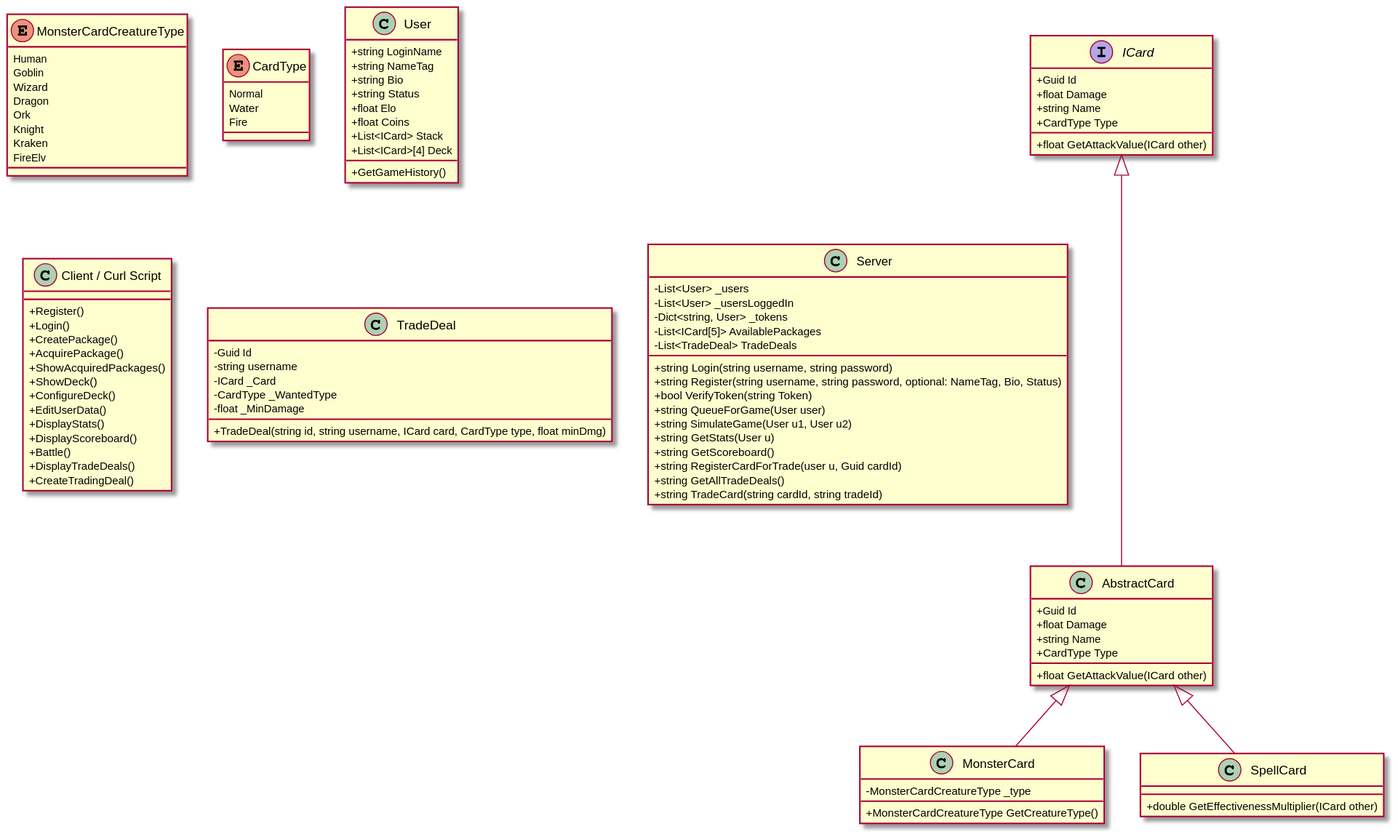
This is class_diagram.svg from cellularegg/swe-mtcg, a PlantUML export, as it was before one commit.
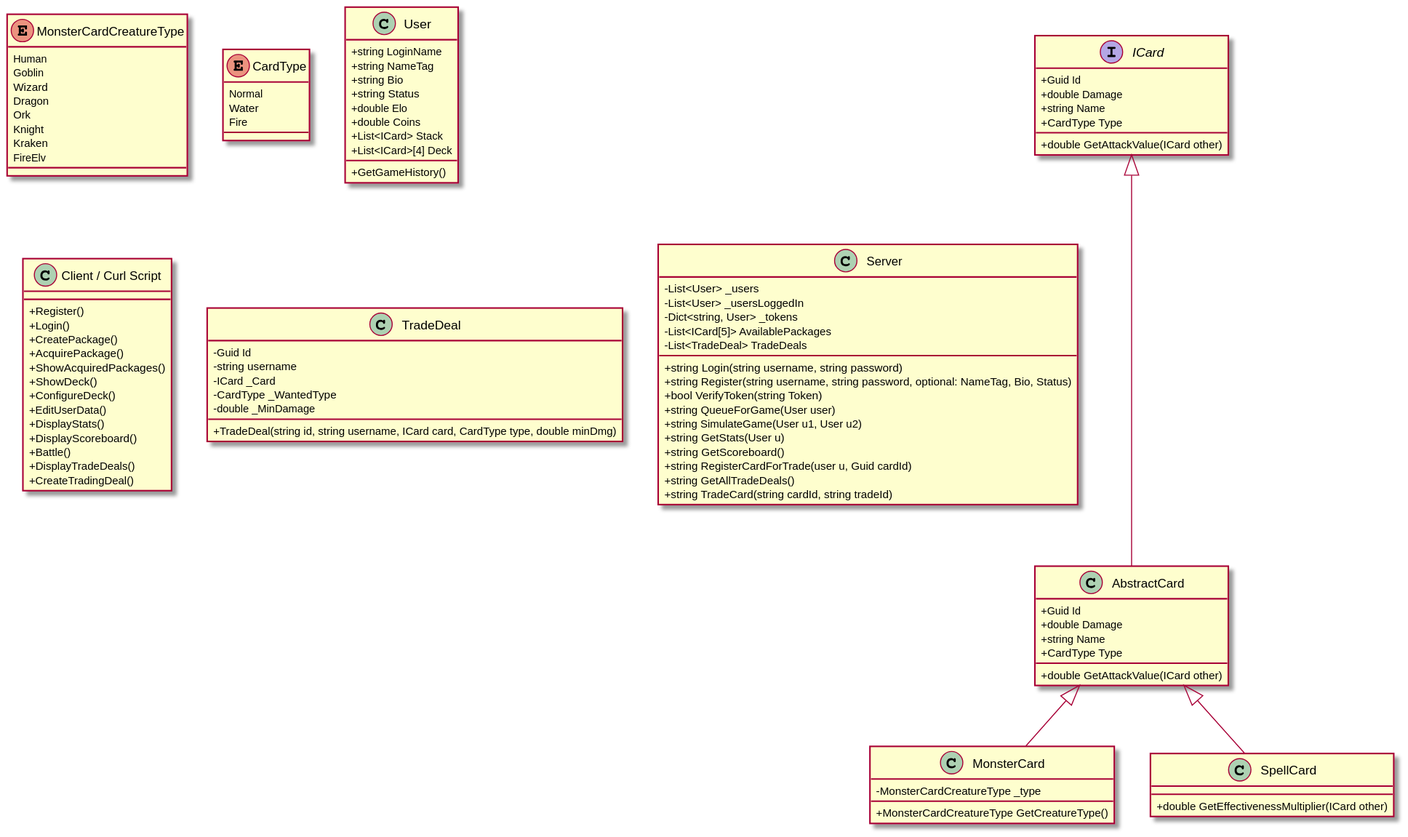
After the commit.

Commit message:
Updated Class Diagram

The edit, as a diff of the source:
```diff
@@ -3,18 +3,18 @@
 
 Interface ICard{
  +Guid Id
- +float Damage
+ +double Damage
  +string Name
  +CardType Type
- +float GetAttackValue(ICard other)
+ +double GetAttackValue(ICard other)
 }
 
 class AbstractCard{
  +Guid Id
- +float Damage
+ +double Damage
  +string Name
  +CardType Type
- +float GetAttackValue(ICard other)
+ +double GetAttackValue(ICard other)
 }
 ICard <|--- AbstractCard
 
@@ -49,8 +49,8 @@
  +string NameTag
  +string Bio
  +string Status
- +float Elo
- +float Coins
+ +double Elo
+ +double Coins
  +List<ICard> Stack
  +GetGameHistory()
  +List<ICard>[4] Deck
@@ -79,8 +79,8 @@
  -string username
  -ICard _Card
  -CardType _WantedType
- -float _MinDamage
- +TradeDeal(string id, string username, ICard card, CardType type, float minDmg)
+ -double _MinDamage
+ +TradeDeal(string id, string username, ICard card, CardType type, double minDmg)
 }
 
 class Server{
```
